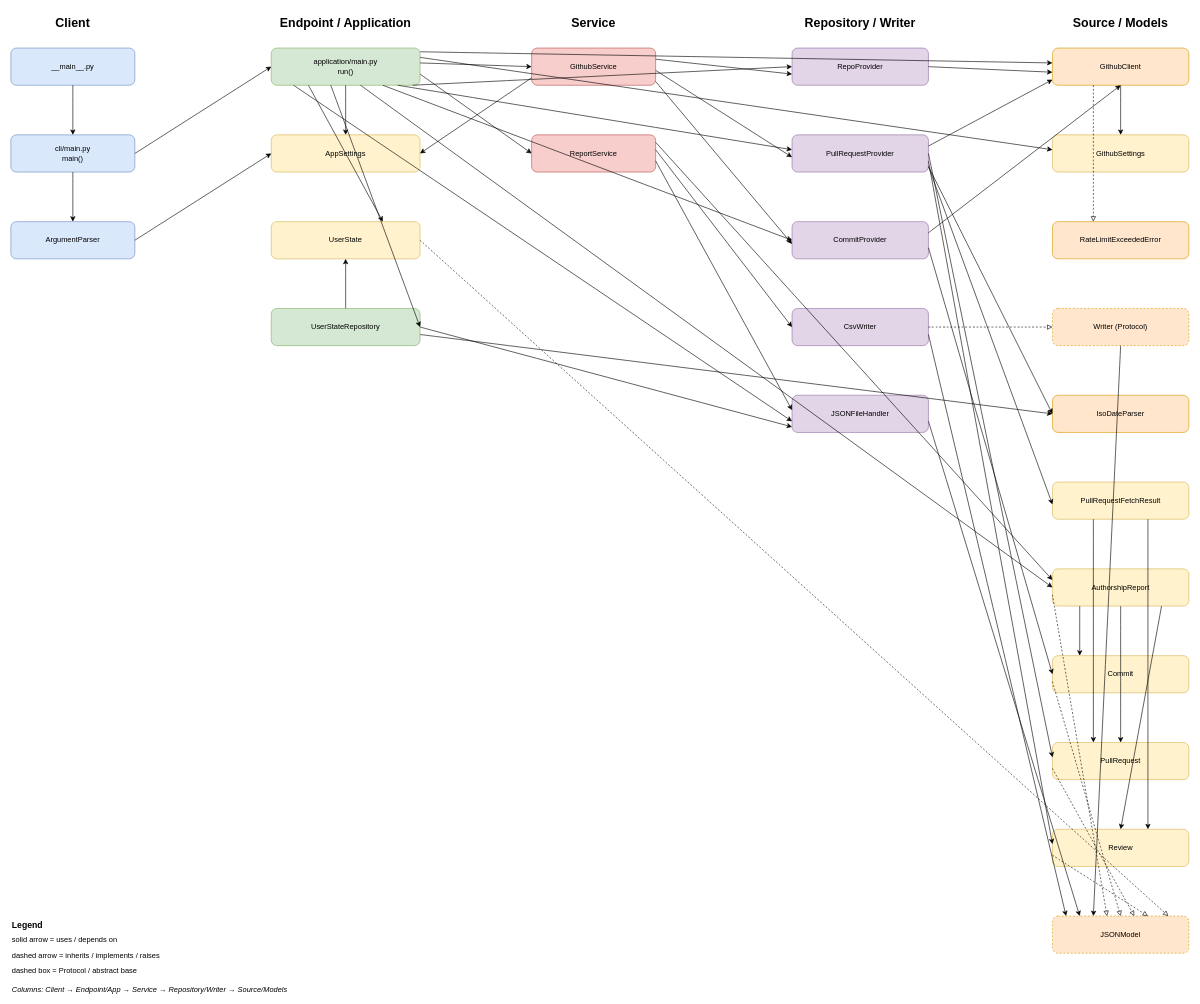
Fellenex/GetGit keeps this draw.io diagram as docs/architecture.drawio. Above is the earlier version. Source tidied: cells renumbered, new cells numbered last; positions are measured from the earlier drawing's top-left corner, leaving out a move shared by most shapes. Both pictures are drawn from the tidied source at 62%, with x=0, y=0 at pixel (11, 11).
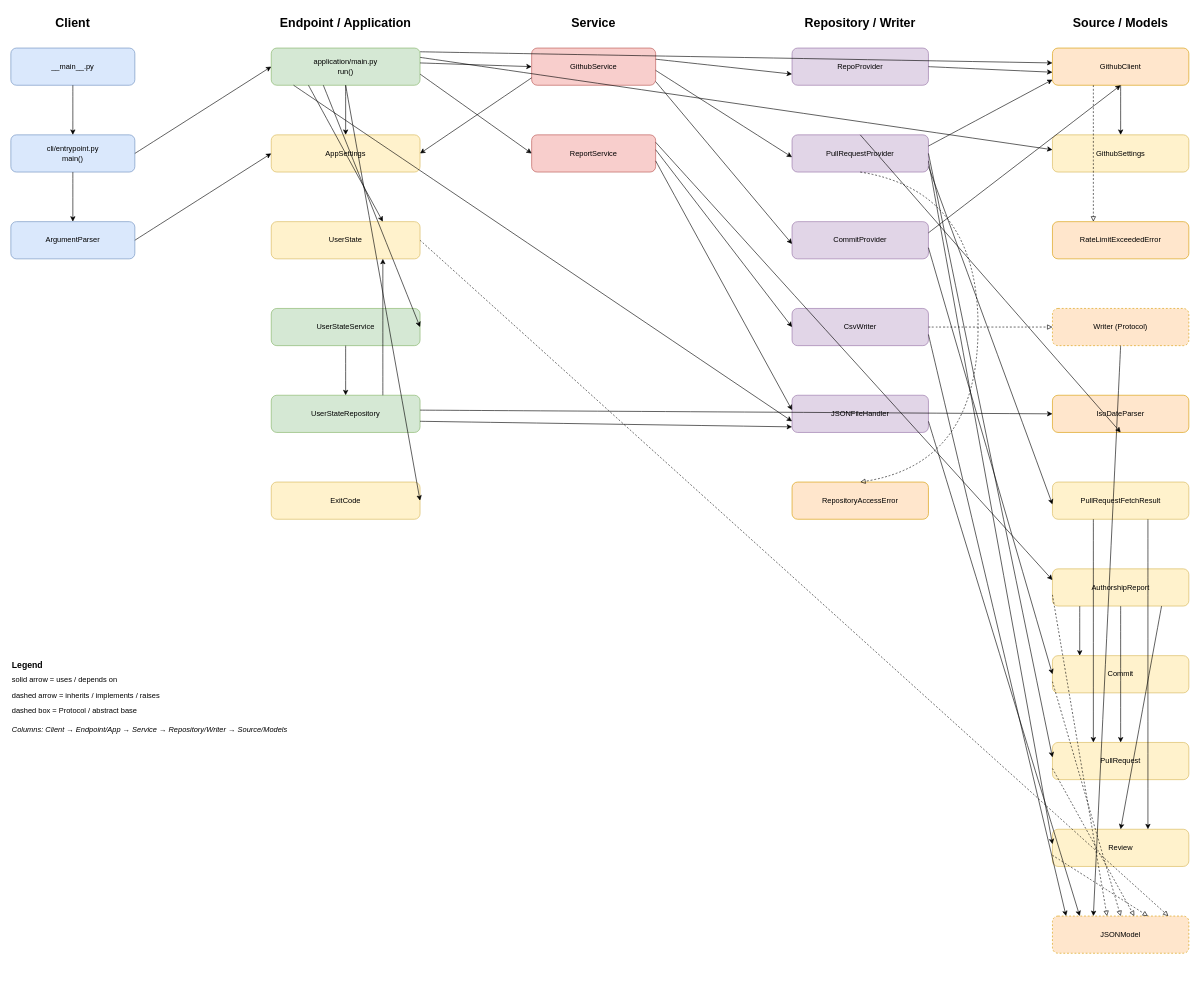
Above is the later version.

Commit message (it also covers changes not shown here):
Refresh README code layout and architecture diagram for v0.3.0

Unchanged cells that the change refers to:
```xml
<mxCell id="10" value="application/main.py&#10;run()" style="rounded=1;whiteSpace=wrap;html=1;fillColor=#d5e8d4;strokeColor=#82b366;" parent="1" vertex="1">
  <mxGeometry x="420" y="60" width="240" height="60" as="geometry" />
</mxCell>
<mxCell id="12" value="UserState" style="rounded=1;whiteSpace=wrap;html=1;fillColor=#fff2cc;strokeColor=#d6b656;" parent="1" vertex="1">
  <mxGeometry x="420" y="340" width="240" height="60" as="geometry" />
</mxCell>
<mxCell id="16" value="RepoProvider" style="rounded=1;whiteSpace=wrap;html=1;fillColor=#e1d5e7;strokeColor=#9673a6;" parent="1" vertex="1">
  <mxGeometry x="1260" y="60" width="220" height="60" as="geometry" />
</mxCell>
<mxCell id="17" value="PullRequestProvider" style="rounded=1;whiteSpace=wrap;html=1;fillColor=#e1d5e7;strokeColor=#9673a6;" parent="1" vertex="1">
  <mxGeometry x="1260" y="200" width="220" height="60" as="geometry" />
</mxCell>
<mxCell id="18" value="CommitProvider" style="rounded=1;whiteSpace=wrap;html=1;fillColor=#e1d5e7;strokeColor=#9673a6;" parent="1" vertex="1">
  <mxGeometry x="1260" y="340" width="220" height="60" as="geometry" />
</mxCell>
<mxCell id="20" value="JSONFileHandler" style="rounded=1;whiteSpace=wrap;html=1;fillColor=#e1d5e7;strokeColor=#9673a6;" parent="1" vertex="1">
  <mxGeometry x="1260" y="620" width="220" height="60" as="geometry" />
</mxCell>
<mxCell id="25" value="IsoDateParser" style="rounded=1;whiteSpace=wrap;html=1;fillColor=#ffe6cc;strokeColor=#d79b00;" parent="1" vertex="1">
  <mxGeometry x="1680" y="620" width="220" height="60" as="geometry" />
</mxCell>
<mxCell id="27" value="AuthorshipReport" style="rounded=1;whiteSpace=wrap;html=1;fillColor=#fff2cc;strokeColor=#d6b656;" parent="1" vertex="1">
  <mxGeometry x="1680" y="900" width="220" height="60" as="geometry" />
</mxCell>
```

The edit, as a diff of the source:
```diff
@@
-    <mxCell id="8" value="cli/main.py&#10;main()" style="rounded=1;whiteSpace=wrap;html=1;fillColor=#dae8fc;strokeColor=#6c8ebf;" parent="1" vertex="1">
+    <mxCell id="8" value="cli/entrypoint.py&#10;main()" style="rounded=1;whiteSpace=wrap;html=1;fillColor=#dae8fc;strokeColor=#6c8ebf;" parent="1" vertex="1">
       <mxGeometry y="200" width="200" height="60" as="geometry" />
     </mxCell>
@@
+    <mxCell id="87" value="UserStateService" style="rounded=1;whiteSpace=wrap;html=1;fillColor=#d5e8d4;strokeColor=#82b366;" parent="1" vertex="1">
+      <mxGeometry x="420" y="480" width="240" height="60" as="geometry" />
+    </mxCell>
     <mxCell id="13" value="UserStateRepository" style="rounded=1;whiteSpace=wrap;html=1;fillColor=#d5e8d4;strokeColor=#82b366;" parent="1" vertex="1">
-      <mxGeometry x="420" y="480" width="240" height="60" as="geometry" />
+      <mxGeometry x="420" y="620" width="240" height="60" as="geometry" />
     </mxCell>
+    <mxCell id="88" value="ExitCode" style="rounded=1;whiteSpace=wrap;html=1;fillColor=#fff2cc;strokeColor=#d6b656;" parent="1" vertex="1">
+      <mxGeometry x="420" y="760" width="240" height="60" as="geometry" />
+    </mxCell>
@@
+    <mxCell id="89" value="RepositoryAccessError" style="rounded=1;whiteSpace=wrap;html=1;fillColor=#ffe6cc;strokeColor=#d79b00;" parent="1" vertex="1">
+      <mxGeometry x="1260" y="760" width="220" height="60" as="geometry" />
+    </mxCell>
@@
     <mxCell id="32" value="Legend" style="text;align=left;fontSize=14;fontStyle=1;" parent="1" vertex="1">
-      <mxGeometry y="1460" width="100" height="22" as="geometry" />
+      <mxGeometry y="1040" width="100" height="22" as="geometry" />
     </mxCell>
     <mxCell id="33" value="solid arrow = uses / depends on" style="text;align=left;fontSize=12;" parent="1" vertex="1">
-      <mxGeometry y="1485" width="320" height="20" as="geometry" />
+      <mxGeometry y="1065" width="320" height="20" as="geometry" />
     </mxCell>
     <mxCell id="34" value="dashed arrow = inherits / implements / raises" style="text;align=left;fontSize=12;" parent="1" vertex="1">
-      <mxGeometry y="1510" width="380" height="20" as="geometry" />
+      <mxGeometry y="1090" width="380" height="20" as="geometry" />
     </mxCell>
     <mxCell id="35" value="dashed box = Protocol / abstract base" style="text;align=left;fontSize=12;" parent="1" vertex="1">
-      <mxGeometry y="1535" width="320" height="20" as="geometry" />
+      <mxGeometry y="1115" width="320" height="20" as="geometry" />
     </mxCell>
     <mxCell id="36" value="Columns: Client → Endpoint/App → Service → Repository/Writer → Source/Models" style="text;align=left;fontSize=12;fontStyle=2;" parent="1" vertex="1">
-      <mxGeometry y="1565" width="600" height="20" as="geometry" />
+      <mxGeometry y="1145" width="600" height="20" as="geometry" />
     </mxCell>
@@
-    <mxCell id="46" style="endArrow=classic;html=1;curved=1;exitX=0.95;exitY=1;exitDx=0;exitDy=0;entryX=0;entryY=0.5;entryDx=0;entryDy=0;" parent="1" edge="1" source="10" target="16">
-      <mxGeometry relative="1" as="geometry" />
-    </mxCell>
-    <mxCell id="47" style="endArrow=classic;html=1;curved=1;exitX=0.85;exitY=1;exitDx=0;exitDy=0;entryX=0;entryY=0.4;entryDx=0;entryDy=0;" parent="1" edge="1" source="10" target="17">
-      <mxGeometry relative="1" as="geometry" />
-    </mxCell>
-    <mxCell id="48" style="endArrow=classic;html=1;curved=1;exitX=0.75;exitY=1;exitDx=0;exitDy=0;entryX=0;entryY=0.5;entryDx=0;entryDy=0;" parent="1" edge="1" source="10" target="18">
-      <mxGeometry relative="1" as="geometry" />
-    </mxCell>
-    <mxCell id="49" style="endArrow=classic;html=1;curved=1;exitX=0.6;exitY=1;exitDx=0;exitDy=0;entryX=0;entryY=0.5;entryDx=0;entryDy=0;" parent="1" edge="1" source="10" target="27">
-      <mxGeometry relative="1" as="geometry" />
-    </mxCell>
-    <mxCell id="50" style="endArrow=classic;html=1;curved=1;exitX=0.4;exitY=1;exitDx=0;exitDy=0;entryX=1;entryY=0.5;entryDx=0;entryDy=0;" parent="1" edge="1" source="10" target="13">
+    <mxCell id="50" style="endArrow=classic;html=1;curved=1;exitX=0.35;exitY=1;exitDx=0;exitDy=0;entryX=1;entryY=0.5;entryDx=0;entryDy=0;" parent="1" edge="1" source="10" target="87">
       <mxGeometry relative="1" as="geometry" />
     </mxCell>
@@
+    <mxCell id="90" style="endArrow=classic;html=1;curved=1;exitX=0.5;exitY=1;exitDx=0;exitDy=0;entryX=1;entryY=0.5;entryDx=0;entryDy=0;" parent="1" edge="1" source="10" target="88">
+      <mxGeometry relative="1" as="geometry" />
+    </mxCell>
+    <mxCell id="91" style="endArrow=classic;html=1;curved=1;exitX=0.5;exitY=1;exitDx=0;exitDy=0;entryX=0.5;entryY=0;entryDx=0;entryDy=0;" parent="1" edge="1" source="87" target="13">
+      <mxGeometry relative="1" as="geometry" />
+    </mxCell>
-    <mxCell id="53" style="endArrow=classic;html=1;curved=1;exitX=1;exitY=0.5;exitDx=0;exitDy=0;entryX=0;entryY=0.85;entryDx=0;entryDy=0;" parent="1" edge="1" source="13" target="20">
+    <mxCell id="53" style="endArrow=classic;html=1;curved=1;exitX=1;exitY=0.7;exitDx=0;exitDy=0;entryX=0;entryY=0.85;entryDx=0;entryDy=0;" parent="1" edge="1" source="13" target="20">
       <mxGeometry relative="1" as="geometry" />
     </mxCell>
-    <mxCell id="54" style="endArrow=classic;html=1;curved=1;exitX=0.5;exitY=0;exitDx=0;exitDy=0;entryX=0.5;entryY=1;entryDx=0;entryDy=0;" parent="1" edge="1" source="13" target="12">
+    <mxCell id="54" style="endArrow=classic;html=1;curved=1;exitX=0.75;exitY=0;exitDx=0;exitDy=0;entryX=0.75;entryY=1;entryDx=0;entryDy=0;" parent="1" edge="1" source="13" target="12">
       <mxGeometry relative="1" as="geometry" />
     </mxCell>
-    <mxCell id="55" style="endArrow=classic;html=1;curved=1;exitX=1;exitY=0.7;exitDx=0;exitDy=0;entryX=0;entryY=0.5;entryDx=0;entryDy=0;" parent="1" edge="1" source="13" target="25">
+    <mxCell id="55" style="endArrow=classic;html=1;curved=1;exitX=1;exitY=0.4;exitDx=0;exitDy=0;entryX=0;entryY=0.5;entryDx=0;entryDy=0;" parent="1" edge="1" source="13" target="25">
       <mxGeometry relative="1" as="geometry" />
     </mxCell>
@@
-    <mxCell id="69" style="endArrow=classic;html=1;curved=1;exitX=1;exitY=0.85;exitDx=0;exitDy=0;entryX=0;entryY=0.5;entryDx=0;entryDy=0;" parent="1" edge="1" source="17" target="25">
+    <mxCell id="69" style="endArrow=classic;html=1;curved=1;exitX=0.5;exitY=0;exitDx=0;exitDy=0;entryX=0.5;entryY=1;entryDx=0;entryDy=0;" parent="1" edge="1" source="17" target="25">
       <mxGeometry relative="1" as="geometry" />
     </mxCell>
@@
+    <mxCell id="92" style="endArrow=block;endFill=0;dashed=1;html=1;curved=1;exitX=0.5;exitY=1;exitDx=0;exitDy=0;entryX=0.5;entryY=0;entryDx=0;entryDy=0;" parent="1" edge="1" source="17" target="89">
+      <mxGeometry relative="1" as="geometry">
+        <Array as="points">
+          <mxPoint x="1560" y="290" />
+          <mxPoint x="1560" y="730" />
+        </Array>
+      </mxGeometry>
+    </mxCell>
```
